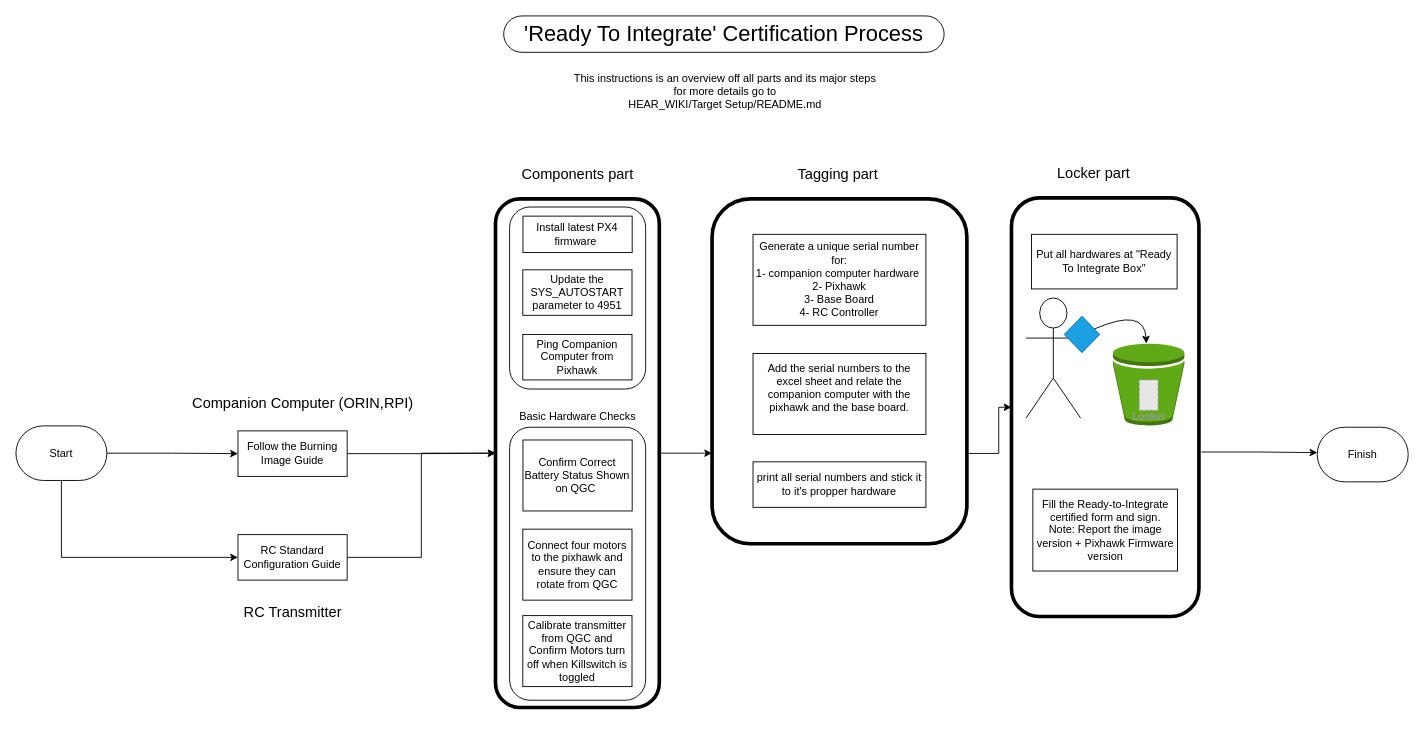
This is Guide/Hardware and Process/Commissioning/1 Ready to integrate/ready_to_integrate.drawio from DroneLeaf/HEAR_wiki, a draw.io file, before an edit. Source tidied: cells renumbered, new cells numbered last; positions are measured from the earlier drawing's top-left corner, leaving out a move shared by most shapes. Both pictures are drawn from the tidied source at 91%, with x=0, y=0 at pixel (15, 15). Pictures stored in the file or linked from it are replaced by grey dashed boxes.
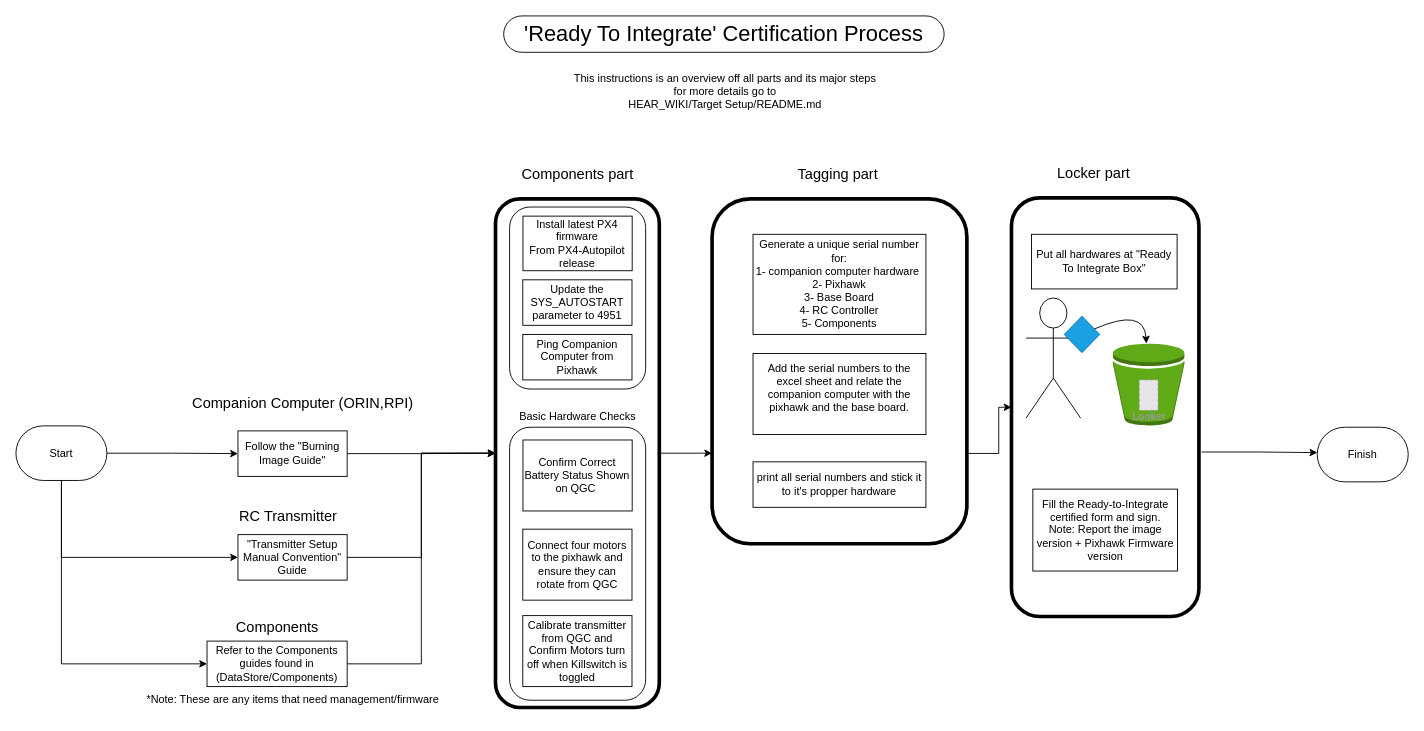
The same page after the edit.

The change refers to these unchanged cells:
```xml
<mxCell id="2" style="rounded=1;whiteSpace=wrap;html=1;fillColor=none;strokeWidth=4;" parent="1" vertex="1">
  <mxGeometry x="527" y="201" width="180" height="559" as="geometry" />
</mxCell>
```

Change to the diagram source:
```diff
@@
-    <mxCell id="9" value="Follow the Burning Image Guide" style="rounded=1;whiteSpace=wrap;html=1;fontSize=12;glass=0;strokeWidth=1;shadow=0;arcSize=0;" parent="1" vertex="1">
+    <mxCell id="9" value="Follow the &quot;Burning Image Guide&quot;" style="rounded=1;whiteSpace=wrap;html=1;fontSize=12;glass=0;strokeWidth=1;shadow=0;arcSize=0;" parent="1" vertex="1">
       <mxGeometry x="244" y="456" width="120" height="50" as="geometry" />
     </mxCell>
-    <mxCell id="10" value="Install latest PX4 firmware&amp;nbsp;" style="rounded=1;whiteSpace=wrap;html=1;fontSize=12;glass=0;strokeWidth=1;shadow=0;arcSize=0;" parent="1" vertex="1">
-      <mxGeometry x="557.2" y="220" width="120" height="40" as="geometry" />
+    <mxCell id="10" value="Install latest PX4 firmware&lt;br&gt;From PX4-Autopilot release" style="rounded=1;whiteSpace=wrap;html=1;fontSize=12;glass=0;strokeWidth=1;shadow=0;arcSize=0;" parent="1" vertex="1">
+      <mxGeometry x="557.2" y="220" width="120" height="60" as="geometry" />
     </mxCell>
     <mxCell id="11" value="Update the SYS_AUTOSTART parameter to 4951" style="rounded=1;whiteSpace=wrap;html=1;fontSize=12;glass=0;strokeWidth=1;shadow=0;arcSize=0;" parent="1" vertex="1">
-      <mxGeometry x="557" y="279" width="120" height="50" as="geometry" />
+      <mxGeometry x="557" y="290" width="120" height="50" as="geometry" />
     </mxCell>
-    <mxCell id="12" value="Generate a unique serial number for:&lt;br&gt;1- companion computer hardware&amp;nbsp;&lt;div&gt;2- Pixhawk&lt;/div&gt;&lt;div&gt;3- Base Board&lt;/div&gt;&lt;div&gt;4- RC Controller&lt;/div&gt;" style="rounded=1;whiteSpace=wrap;html=1;fontSize=12;glass=0;strokeWidth=1;shadow=0;arcSize=0;" parent="1" vertex="1">
-      <mxGeometry x="810" y="240" width="190" height="100" as="geometry" />
+    <mxCell id="12" value="Generate a unique serial number for:&lt;br&gt;1- companion computer hardware&amp;nbsp;&lt;div&gt;2- Pixhawk&lt;/div&gt;&lt;div&gt;3- Base Board&lt;/div&gt;&lt;div&gt;4- RC Controller&lt;/div&gt;&lt;div&gt;5- Components&lt;/div&gt;" style="rounded=1;whiteSpace=wrap;html=1;fontSize=12;glass=0;strokeWidth=1;shadow=0;arcSize=0;" parent="1" vertex="1">
+      <mxGeometry x="810" y="240" width="190" height="110" as="geometry" />
     </mxCell>
@@
-    <mxCell id="35" value="RC Standard Configuration Guide" style="rounded=1;whiteSpace=wrap;html=1;fontSize=12;glass=0;strokeWidth=1;shadow=0;arcSize=0;" parent="1" vertex="1">
+    <mxCell id="35" value="&quot;Transmitter Setup Manual Convention&quot; Guide" style="rounded=1;whiteSpace=wrap;html=1;fontSize=12;glass=0;strokeWidth=1;shadow=0;arcSize=0;" parent="1" vertex="1">
       <mxGeometry x="244" y="570" width="120" height="50" as="geometry" />
     </mxCell>
@@
     <mxCell id="39" value="&lt;span style=&quot;font-size: 16px;&quot;&gt;RC Transmitter&lt;/span&gt;" style="text;html=1;align=center;verticalAlign=middle;strokeColor=none;fillColor=none;" parent="1" vertex="1">
-      <mxGeometry x="239" y="640" width="130" height="30" as="geometry" />
+      <mxGeometry x="234" y="534" width="130" height="30" as="geometry" />
     </mxCell>
@@
+    <mxCell id="43" value="Refer to the Components guides found in (DataStore/Components)" style="rounded=1;whiteSpace=wrap;html=1;fontSize=12;glass=0;strokeWidth=1;shadow=0;arcSize=0;" parent="1" vertex="1">
+      <mxGeometry x="210" y="687" width="154" height="50" as="geometry" />
+    </mxCell>
+    <mxCell id="44" style="edgeStyle=orthogonalEdgeStyle;rounded=0;jettySize=auto;html=1;entryX=0;entryY=0.5;entryDx=0;entryDy=0;" parent="1" edge="1" target="43">
+      <mxGeometry relative="1" as="geometry">
+        <mxPoint x="50" y="510" as="sourcePoint" />
+        <Array as="points">
+          <mxPoint x="50" y="712" />
+        </Array>
+      </mxGeometry>
+    </mxCell>
+    <mxCell id="45" style="edgeStyle=orthogonalEdgeStyle;rounded=0;jettySize=auto;html=1;entryX=0;entryY=0.5;entryDx=0;entryDy=0;exitX=1;exitY=0.5;exitDx=0;exitDy=0;" parent="1" edge="1" source="43" target="2">
+      <mxGeometry relative="1" as="geometry" />
+    </mxCell>
+    <mxCell id="46" value="&lt;span style=&quot;font-size: 16px;&quot;&gt;Components&lt;/span&gt;" style="text;html=1;align=center;verticalAlign=middle;strokeColor=none;fillColor=none;" parent="1" vertex="1">
+      <mxGeometry x="232" y="657" width="110" height="30" as="geometry" />
+    </mxCell>
+    <mxCell id="47" value="*Note: These are any items that need management/firmware" style="text;html=1;align=center;verticalAlign=middle;strokeColor=none;fillColor=none;" parent="1" vertex="1">
+      <mxGeometry x="134" y="737" width="340" height="30" as="geometry" />
+    </mxCell>
```
